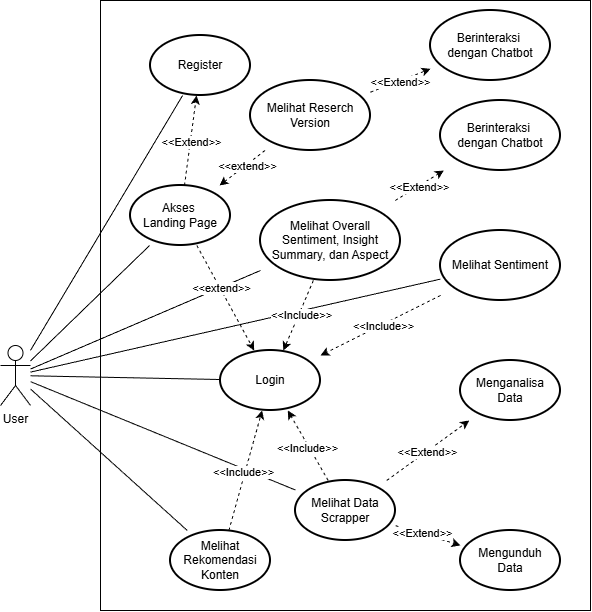
This is gambar/usecase-TA.png from NasFahmi/Laporan-Tugas-Akhir, a draw.io export, as it was before one commit. Source tidied: cells renumbered, new cells last; positions are measured from the earlier drawing's top-left corner, leaving out a move shared by most shapes.
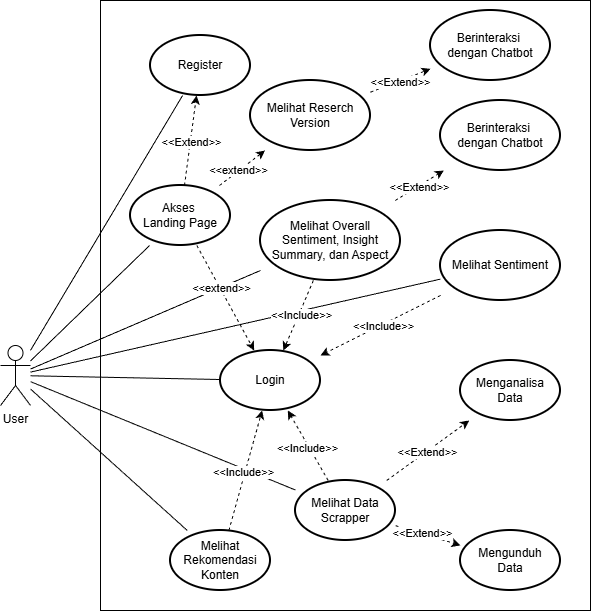
The same diagram one commit later.

Commit message:
fix: fixing use case

Diff of the diagram source:
```diff
@@ -85,7 +85,7 @@
     <mxCell id="28" value="Berinteraksi&amp;nbsp;&lt;div&gt;dengan&amp;nbsp;&lt;span style=&quot;background-color: transparent; color: light-dark(rgb(0, 0, 0), rgb(255, 255, 255));&quot;&gt;Chatbot&lt;/span&gt;&lt;/div&gt;" style="strokeWidth=2;html=1;shape=mxgraph.flowchart.start_1;whiteSpace=wrap;" parent="1" vertex="1">
       <mxGeometry x="440" y="100" width="120" height="70" as="geometry" />
     </mxCell>
-    <mxCell id="29" style="rounded=0;jettySize=auto;html=1;dashed=1;" parent="1" edge="1" source="31" target="27">
+    <mxCell id="29" style="rounded=0;jettySize=auto;html=1;dashed=1;" parent="1" edge="1" source="27" target="31">
       <mxGeometry relative="1" as="geometry" />
     </mxCell>
     <mxCell id="30" value="&amp;lt;&amp;lt;extend&amp;gt;&amp;gt;" style="edgeLabel;html=1;align=center;verticalAlign=middle;" parent="29" vertex="1">
```
